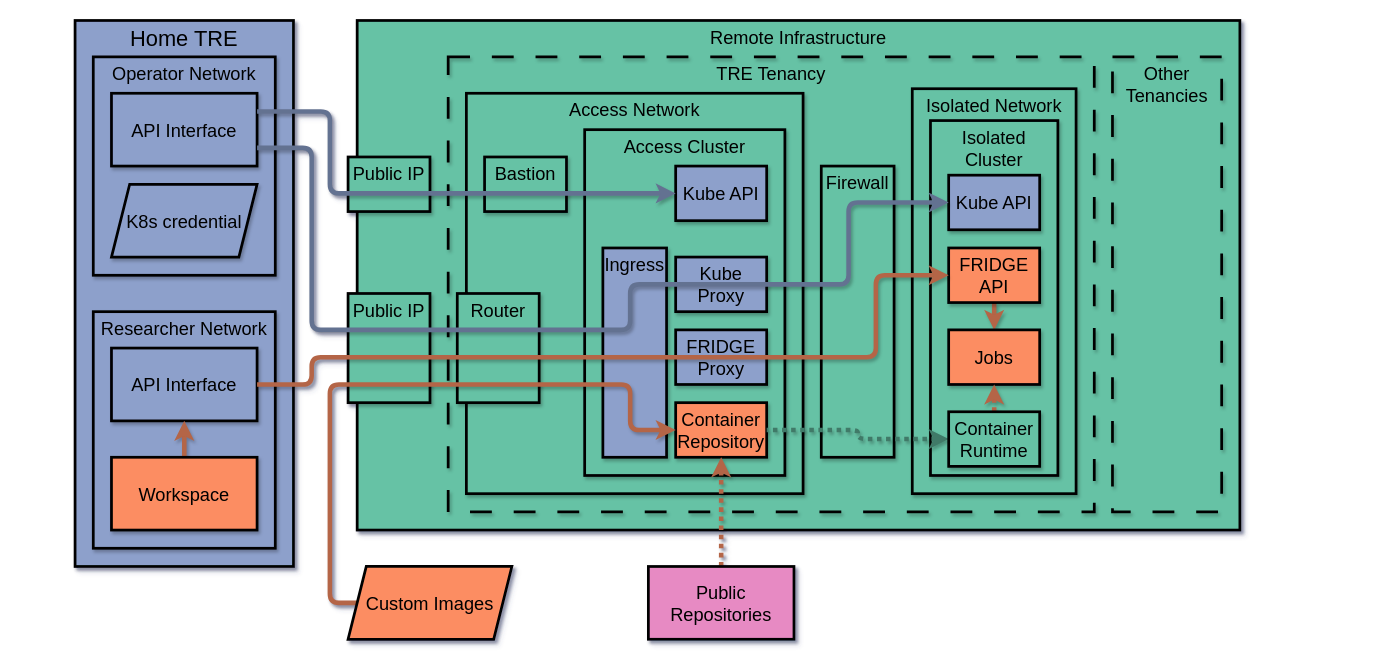
Before: docs/static/high_level.drawio in alan-turing-institute/fridge, a draw.io diagram. Source tidied: cells renumbered, new cells numbered last; positions are measured from the earlier drawing's top-left corner, leaving out a move shared by most shapes. Both pictures are drawn from the tidied source at 91%, with x=0, y=0 at pixel (75, 20).
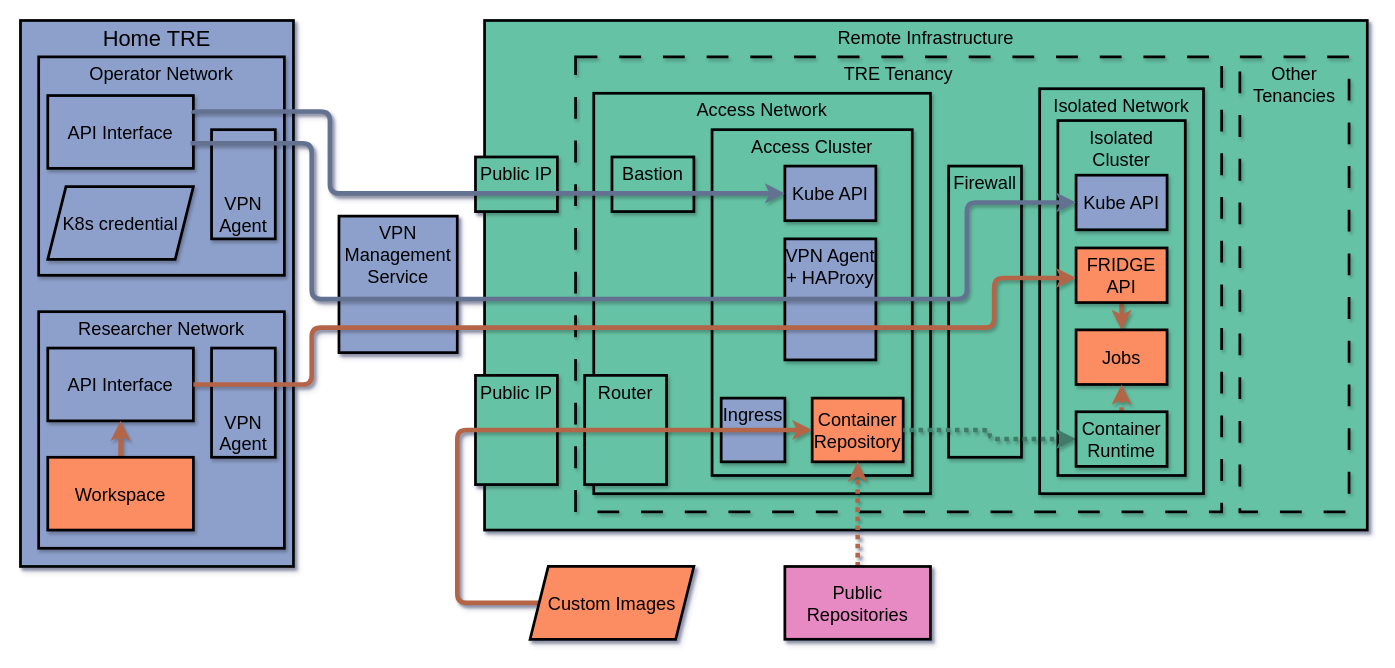
The same page after the edit.

Commit message (it also covers changes not shown here):
update high level diagram

The edit, as a diff of the source:
```diff
@@
     <mxCell id="2" value="&lt;font&gt;Home TRE&lt;/font&gt;" style="rounded=0;whiteSpace=wrap;html=1;verticalAlign=top;labelPosition=center;verticalLabelPosition=middle;align=center;fontSize=24;fillColor=#8DA0CB;strokeWidth=3;strokeColor=#000000;shadow=1;" parent="1" vertex="1">
-      <mxGeometry width="240" height="600" as="geometry" />
+      <mxGeometry x="-60" width="300" height="600" as="geometry" />
     </mxCell>
     <mxCell id="3" value="&lt;font&gt;Remote Infrastructure&lt;/font&gt;" style="rounded=0;whiteSpace=wrap;html=1;verticalAlign=top;fontSize=20;fillColor=#66C2A5;strokeWidth=3;strokeColor=default;align=center;fontFamily=Helvetica;fontColor=default;shadow=1;" parent="1" vertex="1">
-      <mxGeometry x="310" width="970" height="560" as="geometry" />
+      <mxGeometry x="450" width="970" height="560" as="geometry" />
     </mxCell>
     <mxCell id="4" value="TRE Tenancy" style="rounded=0;whiteSpace=wrap;html=1;fontSize=20;verticalAlign=top;fillColor=none;dashed=1;dashPattern=8 8;strokeWidth=3;glass=0;shadow=1;" parent="1" vertex="1">
-      <mxGeometry x="410" y="40" width="710" height="500" as="geometry" />
+      <mxGeometry x="550" y="40" width="710" height="500" as="geometry" />
     </mxCell>
     <mxCell id="5" value="Other Tenancies" style="rounded=0;whiteSpace=wrap;html=1;fontSize=20;verticalAlign=top;fillColor=none;strokeWidth=3;dashed=1;dashPattern=8 8;shadow=1;" parent="1" vertex="1">
-      <mxGeometry x="1140" y="40" width="120" height="500" as="geometry" />
+      <mxGeometry x="1280" y="40" width="120" height="500" as="geometry" />
     </mxCell>
     <mxCell id="6" value="Operator Network" style="rounded=0;whiteSpace=wrap;html=1;verticalAlign=top;fontSize=20;fillColor=#8DA0CB;strokeWidth=3;shadow=1;" parent="1" vertex="1">
-      <mxGeometry x="20" y="40" width="200" height="240" as="geometry" />
+      <mxGeometry x="-40" y="40" width="270" height="240" as="geometry" />
     </mxCell>
     <mxCell id="7" value="Researcher Network" style="rounded=0;whiteSpace=wrap;html=1;verticalAlign=top;fontSize=20;fillColor=#8DA0CB;strokeWidth=3;shadow=1;" parent="1" vertex="1">
-      <mxGeometry x="20" y="320" width="200" height="260" as="geometry" />
+      <mxGeometry x="-40" y="320" width="270" height="260" as="geometry" />
     </mxCell>
     <mxCell id="8" value="API Interface" style="rounded=0;whiteSpace=wrap;html=1;fontSize=20;verticalAlign=middle;strokeWidth=3;fillColor=#8DA0CB;shadow=1;" parent="1" vertex="1">
-      <mxGeometry x="40" y="80" width="160" height="80" as="geometry" />
+      <mxGeometry x="-30" y="82.5" width="160" height="80" as="geometry" />
     </mxCell>
     <mxCell id="9" value="K8s credential" style="shape=parallelogram;perimeter=parallelogramPerimeter;whiteSpace=wrap;html=1;fixedSize=1;fontSize=20;strokeWidth=3;fillColor=#8DA0CB;shadow=1;" parent="1" vertex="1">
-      <mxGeometry x="40" y="180" width="160" height="80" as="geometry" />
+      <mxGeometry x="-30" y="182.5" width="160" height="80" as="geometry" />
     </mxCell>
     <mxCell id="10" value="API Interface" style="rounded=0;whiteSpace=wrap;html=1;fontSize=20;verticalAlign=middle;strokeWidth=3;fillColor=#8DA0CB;shadow=1;" parent="1" vertex="1">
-      <mxGeometry x="40" y="360" width="160" height="80" as="geometry" />
+      <mxGeometry x="-30" y="360" width="160" height="80" as="geometry" />
     </mxCell>
@@
     <mxCell id="12" value="Workspace" style="rounded=0;whiteSpace=wrap;html=1;fontSize=20;verticalAlign=middle;strokeWidth=3;fillColor=#FC8D62;shadow=1;" parent="1" vertex="1">
-      <mxGeometry x="40" y="480" width="160" height="80" as="geometry" />
+      <mxGeometry x="-30" y="480" width="160" height="80" as="geometry" />
     </mxCell>
     <mxCell id="13" value="Public IP" style="rounded=0;whiteSpace=wrap;html=1;fontSize=20;strokeWidth=3;fillColor=#66C2A5;verticalAlign=top;shadow=1;" parent="1" vertex="1">
-      <mxGeometry x="300" y="300" width="90" height="120" as="geometry" />
+      <mxGeometry x="440" y="390" width="90" height="120" as="geometry" />
     </mxCell>
     <mxCell id="14" value="Access Network" style="rounded=0;whiteSpace=wrap;html=1;strokeWidth=3;fontSize=20;verticalAlign=top;fillColor=#66C2A5;shadow=1;" parent="1" vertex="1">
-      <mxGeometry x="430" y="80" width="370" height="440" as="geometry" />
+      <mxGeometry x="570" y="80" width="370" height="440" as="geometry" />
     </mxCell>
     <mxCell id="15" value="Isolated Network" style="rounded=0;whiteSpace=wrap;html=1;strokeWidth=3;fontSize=20;verticalAlign=top;fillColor=#66C2A5;shadow=1;" parent="1" vertex="1">
-      <mxGeometry x="920" y="75" width="180" height="445" as="geometry" />
+      <mxGeometry x="1060" y="75" width="180" height="445" as="geometry" />
     </mxCell>
     <mxCell id="16" value="Access Cluster" style="rounded=0;whiteSpace=wrap;html=1;strokeWidth=3;fontSize=20;verticalAlign=top;fillColor=#66C2A5;shadow=1;" parent="1" vertex="1">
-      <mxGeometry x="560" y="120" width="220" height="380" as="geometry" />
+      <mxGeometry x="700" y="120" width="220" height="380" as="geometry" />
     </mxCell>
     <mxCell id="17" value="Ingress" style="rounded=0;whiteSpace=wrap;html=1;strokeWidth=3;fontSize=20;verticalAlign=top;fillColor=#8DA0CB;shadow=1;" parent="1" vertex="1">
-      <mxGeometry x="580" y="250" width="70" height="230" as="geometry" />
+      <mxGeometry x="710" y="415" width="70" height="70" as="geometry" />
     </mxCell>
     <mxCell id="18" value="Kube API" style="rounded=0;whiteSpace=wrap;html=1;strokeWidth=3;fontSize=20;fillColor=#8DA0CB;shadow=1;" parent="1" vertex="1">
-      <mxGeometry x="660" y="160" width="100" height="60" as="geometry" />
+      <mxGeometry x="780" y="160" width="100" height="60" as="geometry" />
     </mxCell>
-    <mxCell id="19" value="Kube Proxy" style="rounded=0;whiteSpace=wrap;html=1;strokeWidth=3;fontSize=20;fillColor=#8DA0CB;shadow=1;" parent="1" vertex="1">
-      <mxGeometry x="660" y="260" width="100" height="60" as="geometry" />
-    </mxCell>
-    <mxCell id="20" value="FRIDGE Proxy" style="rounded=0;whiteSpace=wrap;html=1;strokeWidth=3;fontSize=20;fillColor=#8DA0CB;shadow=1;" parent="1" vertex="1">
-      <mxGeometry x="660" y="340" width="100" height="60" as="geometry" />
-    </mxCell>
     <mxCell id="21" value="Container Repository" style="rounded=0;whiteSpace=wrap;html=1;strokeWidth=3;fontSize=20;fillColor=#FC8D62;shadow=1;" parent="1" vertex="1">
-      <mxGeometry x="660" y="420" width="100" height="60" as="geometry" />
+      <mxGeometry x="810" y="415" width="100" height="70" as="geometry" />
     </mxCell>
     <mxCell id="22" value="Firewall" style="rounded=0;whiteSpace=wrap;html=1;fontSize=20;verticalAlign=top;strokeWidth=3;fillColor=#66C2A5;shadow=1;" parent="1" vertex="1">
-      <mxGeometry x="820" y="160" width="80" height="320" as="geometry" />
+      <mxGeometry x="960" y="160" width="80" height="320" as="geometry" />
     </mxCell>
     <mxCell id="23" value="Isolated Cluster" style="rounded=0;whiteSpace=wrap;html=1;strokeWidth=3;fontSize=20;verticalAlign=top;fillColor=#66C2A5;shadow=1;" parent="1" vertex="1">
-      <mxGeometry x="940" y="110" width="140" height="390" as="geometry" />
+      <mxGeometry x="1080" y="110" width="140" height="390" as="geometry" />
     </mxCell>
     <mxCell id="24" value="Kube API" style="rounded=0;whiteSpace=wrap;html=1;strokeWidth=3;fontSize=20;fillColor=#8DA0CB;shadow=1;" parent="1" vertex="1">
-      <mxGeometry x="960" y="170" width="100" height="60" as="geometry" />
+      <mxGeometry x="1100" y="170" width="100" height="60" as="geometry" />
     </mxCell>
@@
     <mxCell id="26" value="FRIDGE API" style="rounded=0;whiteSpace=wrap;html=1;strokeWidth=3;fontSize=20;fillColor=#FC8D62;shadow=1;" parent="1" vertex="1">
-      <mxGeometry x="960" y="250" width="100" height="60" as="geometry" />
+      <mxGeometry x="1100" y="250" width="100" height="60" as="geometry" />
     </mxCell>
     <mxCell id="27" value="Jobs" style="rounded=0;whiteSpace=wrap;html=1;strokeWidth=3;fontSize=20;fillColor=#FC8D62;shadow=1;" parent="1" vertex="1">
-      <mxGeometry x="960" y="340" width="100" height="60" as="geometry" />
+      <mxGeometry x="1100" y="340" width="100" height="60" as="geometry" />
     </mxCell>
@@
     <mxCell id="30" value="Container Runtime" style="rounded=0;whiteSpace=wrap;html=1;strokeWidth=3;fontSize=20;fillColor=#66C2A5;shadow=1;" parent="1" vertex="1">
-      <mxGeometry x="960" y="430" width="100" height="60" as="geometry" />
+      <mxGeometry x="1100" y="430" width="100" height="60" as="geometry" />
     </mxCell>
     <mxCell id="31" value="Router" style="rounded=0;whiteSpace=wrap;html=1;strokeWidth=3;fontSize=20;verticalAlign=top;fillColor=#66C2A5;shadow=1;" parent="1" vertex="1">
-      <mxGeometry x="420" y="300" width="90" height="120" as="geometry" />
+      <mxGeometry x="560" y="390" width="90" height="120" as="geometry" />
     </mxCell>
     <mxCell id="32" style="edgeStyle=orthogonalEdgeStyle;rounded=1;jettySize=auto;html=1;exitX=0;exitY=0.5;exitDx=0;exitDy=0;entryX=0;entryY=0.5;entryDx=0;entryDy=0;fontFamily=Helvetica;fontSize=20;fontColor=default;strokeColor=#B46546;strokeWidth=5;align=center;verticalAlign=middle;labelBackgroundColor=default;endArrow=classic;curved=0;shadow=1;" parent="1" edge="1" source="33" target="21">
       <mxGeometry relative="1" as="geometry">
         <Array as="points">
-          <mxPoint x="280" y="400" />
-          <mxPoint x="610" y="400" />
-          <mxPoint x="610" y="450" />
+          <mxPoint x="420" y="640" />
+          <mxPoint x="420" y="450" />
         </Array>
       </mxGeometry>
     </mxCell>
     <mxCell id="33" value="Custom Images" style="shape=parallelogram;perimeter=parallelogramPerimeter;whiteSpace=wrap;html=1;fixedSize=1;strokeWidth=3;fontSize=20;fillColor=#FC8D62;shadow=1;" parent="1" vertex="1">
-      <mxGeometry x="300" y="600" width="180" height="80" as="geometry" />
+      <mxGeometry x="500" y="600" width="180" height="80" as="geometry" />
     </mxCell>
@@
     <mxCell id="35" value="Public Repositories" style="rounded=0;whiteSpace=wrap;html=1;fontSize=20;strokeWidth=3;fillColor=#E78AC3;shadow=1;" parent="1" vertex="1">
-      <mxGeometry x="630" y="600" width="160" height="80" as="geometry" />
+      <mxGeometry x="780" y="600" width="160" height="80" as="geometry" />
     </mxCell>
-    <mxCell id="36" style="edgeStyle=orthogonalEdgeStyle;rounded=1;jettySize=auto;html=1;exitX=1;exitY=0.75;exitDx=0;exitDy=0;entryX=0;entryY=0.5;entryDx=0;entryDy=0;fontFamily=Helvetica;fontSize=11;fontColor=default;shadow=1;strokeColor=#647291;strokeWidth=5;align=center;verticalAlign=middle;labelBackgroundColor=default;endArrow=classic;curved=0;" parent="1" edge="1" source="8" target="24">
-      <mxGeometry relative="1" as="geometry">
-        <Array as="points">
-          <mxPoint x="260" y="140" />
-          <mxPoint x="260" y="340" />
-          <mxPoint x="610" y="340" />
-          <mxPoint x="610" y="290" />
-          <mxPoint x="850" y="290" />
-          <mxPoint x="850" y="200" />
-        </Array>
-      </mxGeometry>
-    </mxCell>
-    <mxCell id="37" style="edgeStyle=orthogonalEdgeStyle;rounded=1;jettySize=auto;html=1;exitX=1;exitY=0.5;exitDx=0;exitDy=0;fontFamily=Helvetica;fontSize=20;fontColor=default;strokeWidth=5;strokeColor=#B46546;curved=0;shadow=1;" parent="1" edge="1" source="10" target="26">
-      <mxGeometry relative="1" as="geometry">
-        <Array as="points">
-          <mxPoint x="260" y="400" />
-          <mxPoint x="260" y="370" />
-          <mxPoint x="880" y="370" />
-          <mxPoint x="880" y="280" />
-        </Array>
-      </mxGeometry>
-    </mxCell>
     <mxCell id="38" value="&lt;div&gt;Bastion&lt;/div&gt;" style="rounded=0;whiteSpace=wrap;html=1;strokeWidth=3;fontSize=20;verticalAlign=top;fillColor=#66C2A5;shadow=1;" parent="1" vertex="1">
-      <mxGeometry x="450" y="150" width="90" height="60" as="geometry" />
+      <mxGeometry x="590" y="150" width="90" height="60" as="geometry" />
     </mxCell>
     <mxCell id="39" value="Public IP" style="rounded=0;whiteSpace=wrap;html=1;fontSize=20;strokeWidth=3;fillColor=#66C2A5;verticalAlign=top;shadow=1;" parent="1" vertex="1">
-      <mxGeometry x="300" y="150" width="90" height="60" as="geometry" />
+      <mxGeometry x="440" y="150" width="90" height="60" as="geometry" />
     </mxCell>
+    <mxCell id="41" value="VPN Agent&lt;div&gt;+ HAProxy&lt;/div&gt;" style="rounded=0;whiteSpace=wrap;html=1;strokeWidth=3;fontSize=20;verticalAlign=top;fillColor=#8DA0CB;shadow=1;" parent="1" vertex="1">
+      <mxGeometry x="780" y="240" width="100" height="133" as="geometry" />
+    </mxCell>
+    <mxCell id="42" value="VPN Agent" style="rounded=0;whiteSpace=wrap;html=1;fontSize=20;verticalAlign=bottom;strokeWidth=3;fillColor=#8DA0CB;shadow=1;" parent="1" vertex="1">
+      <mxGeometry x="150" y="120" width="70" height="120" as="geometry" />
+    </mxCell>
+    <mxCell id="43" value="VPN Management&lt;div&gt;Service&lt;/div&gt;" style="rounded=0;whiteSpace=wrap;html=1;fontSize=20;verticalAlign=top;strokeWidth=3;fillColor=#8DA0CB;shadow=1;align=center;" parent="1" vertex="1">
+      <mxGeometry x="290" y="215" width="130" height="150" as="geometry" />
+    </mxCell>
+    <mxCell id="36" style="edgeStyle=orthogonalEdgeStyle;rounded=1;jettySize=auto;html=1;fontFamily=Helvetica;fontSize=11;fontColor=default;shadow=1;strokeColor=#647291;strokeWidth=5;align=center;verticalAlign=middle;labelBackgroundColor=default;endArrow=classic;curved=0;exitX=0.981;exitY=0.656;exitDx=0;exitDy=0;exitPerimeter=0;entryX=0;entryY=0.5;entryDx=0;entryDy=0;" parent="1" edge="1" source="8" target="24">
+      <mxGeometry relative="1" as="geometry">
+        <Array as="points">
+          <mxPoint x="260" y="135" />
+          <mxPoint x="260" y="306" />
+          <mxPoint x="980" y="306" />
+          <mxPoint x="980" y="200" />
+        </Array>
+      </mxGeometry>
+    </mxCell>
+    <mxCell id="44" value="VPN Agent" style="rounded=0;whiteSpace=wrap;html=1;fontSize=20;verticalAlign=bottom;strokeWidth=3;fillColor=#8DA0CB;shadow=1;align=center;" parent="1" vertex="1">
+      <mxGeometry x="150" y="360" width="70" height="120" as="geometry" />
+    </mxCell>
+    <mxCell id="37" style="edgeStyle=orthogonalEdgeStyle;rounded=1;jettySize=auto;html=1;exitX=1;exitY=0.5;exitDx=0;exitDy=0;fontFamily=Helvetica;fontSize=20;fontColor=default;strokeWidth=5;strokeColor=#B46546;curved=0;shadow=1;entryX=0;entryY=0.75;entryDx=0;entryDy=0;" parent="1" edge="1" source="10">
+      <mxGeometry relative="1" as="geometry">
+        <mxPoint x="1100" y="283" as="targetPoint" />
+        <Array as="points">
+          <mxPoint x="260" y="400" />
+          <mxPoint x="260" y="337.5" />
+          <mxPoint x="1010" y="337.5" />
+          <mxPoint x="1010" y="283" />
+        </Array>
+      </mxGeometry>
+    </mxCell>
```
